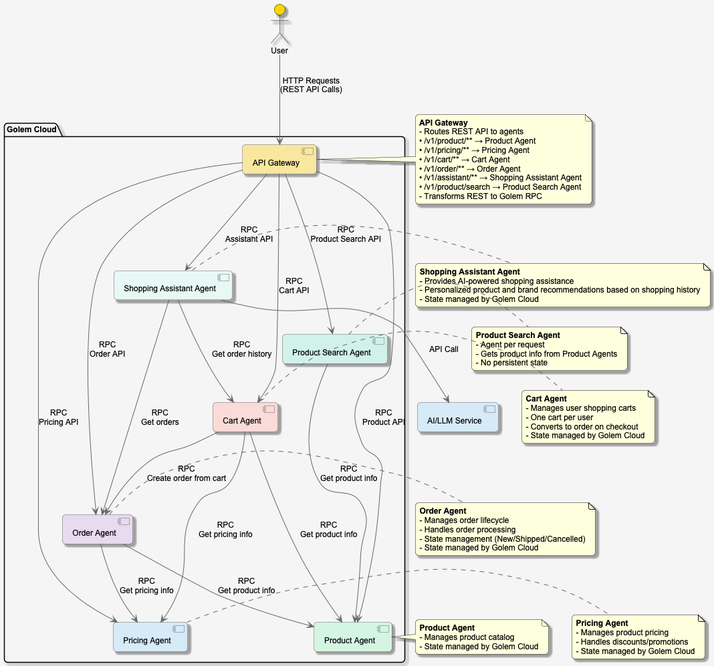
justcoon/golem-shopping-rust keeps this PlantUML diagram as architecture.png. Above is the earlier version.
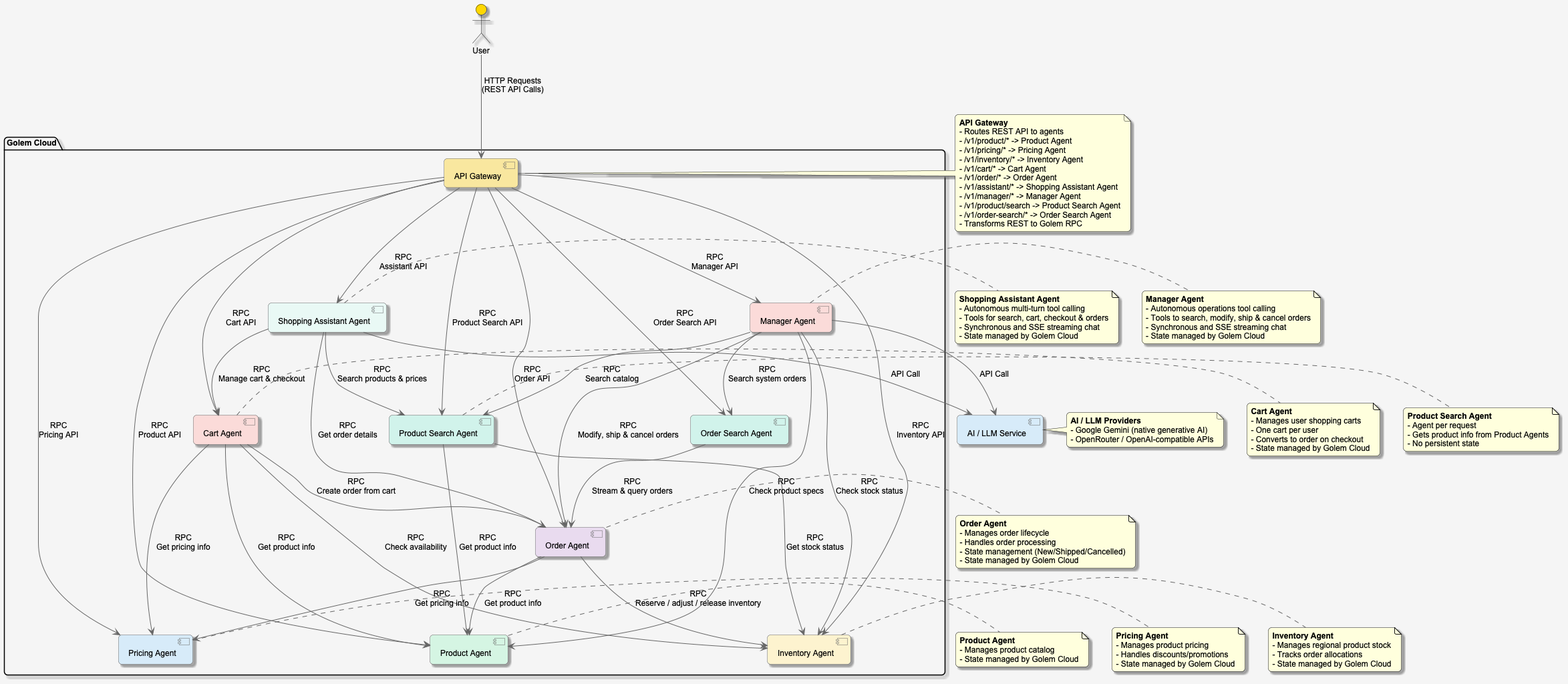
Above is the later version.

What changed in the source:
```diff
@@ -16,40 +16,66 @@
     [API Gateway] as gateway #F9E79F
     [Product Agent] as product #D5F5E3
     [Pricing Agent] as pricing #D6EAF8
+    [Inventory Agent] as inventory #FCF3CF
     [Cart Agent] as cart #FADBD8
     [Order Agent] as order #E8DAEF
     [Product Search Agent] as product_search #D1F2EB
+    [Order Search Agent] as order_search #D1F2EB
     [Shopping Assistant Agent] as assistant #E8F8F5
+    [Manager Agent] as manager #FADBD8
 }
+
+[AI / LLM Service] as llm #D6EAF8
 
 user --> gateway : "HTTP Requests\n(REST API Calls)"
 
 gateway --> product : "RPC\nProduct API"
 gateway --> pricing : "RPC\nPricing API"
+gateway --> inventory : "RPC\nInventory API"
 gateway --> cart : "RPC\nCart API"
 gateway --> order : "RPC\nOrder API"
 gateway --> product_search : "RPC\nProduct Search API"
+gateway --> order_search : "RPC\nOrder Search API"
 gateway --> assistant : "RPC\nAssistant API"
+gateway --> manager : "RPC\nManager API"
 
 cart --> product : "RPC\nGet product info"
 cart --> pricing : "RPC\nGet pricing info"
+cart --> inventory : "RPC\nCheck availability"
 cart --> order : "RPC\nCreate order from cart"
 order --> product : "RPC\nGet product info"
 order --> pricing : "RPC\nGet pricing info"
+order --> inventory : "RPC\nReserve / adjust / release inventory"
 product_search --> product : "RPC\nGet product info"
+product_search --> inventory : "RPC\nGet stock status"
 
-assistant --> cart : "RPC\nGet order history"
-assistant --> order : "RPC\nGet orders"
+assistant --> product_search : "RPC\nSearch products & prices"
+assistant --> cart : "RPC\nManage cart & checkout"
+assistant --> order : "RPC\nGet order details"
+
+order_search --> order : "RPC\nStream & query orders"
+
+manager --> order : "RPC\nModify, ship & cancel orders"
+manager --> order_search : "RPC\nSearch system orders"
+manager --> product : "RPC\nCheck product specs"
+manager --> inventory : "RPC\nCheck stock status"
+manager --> product_search : "RPC\nSearch catalog"
+
+assistant --> llm : "API Call"
+manager --> llm : "API Call"
 
 note right of gateway
   <b>API Gateway</b>
   - Routes REST API to agents
-  • /v1/product/** → Product Agent
-  • /v1/pricing/** → Pricing Agent
-  • /v1/cart/** → Cart Agent
-  • /v1/order/** → Order Agent
-  • /v1/assistant/** → Shopping Assistant Agent
-  • /v1/product/search → Product Search Agent
+  - /v1/product/* -> Product Agent
+  - /v1/pricing/* -> Pricing Agent
+  - /v1/inventory/* -> Inventory Agent
+  - /v1/cart/* -> Cart Agent
+  - /v1/order/* -> Order Agent
+  - /v1/assistant/* -> Shopping Assistant Agent
+  - /v1/manager/* -> Manager Agent
+  - /v1/product/search -> Product Search Agent
+  - /v1/order-search/* -> Order Search Agent
   - Transforms REST to Golem RPC
 end note
 
@@ -63,6 +89,13 @@
   <b>Pricing Agent</b>
   - Manages product pricing
   - Handles discounts/promotions
+  - State managed by Golem Cloud
+end note
+
+note right of inventory
+  <b>Inventory Agent</b>
+  - Manages regional product stock
+  - Tracks order allocations
   - State managed by Golem Cloud
 end note
 
@@ -89,14 +122,25 @@
   - No persistent state
 end note
 
-[AI/LLM Service] as llm #D6EAF8
-
-assistant --> llm : "API Call"
+note right of llm
+  <b>AI / LLM Providers</b>
+  - Google Gemini (native generative AI)
+  - OpenRouter / OpenAI-compatible APIs
+end note
 
 note right of assistant
   <b>Shopping Assistant Agent</b>
-  - Provides AI-powered shopping assistance
-  - Personalized product and brand recommendations based on shopping history
+  - Autonomous multi-turn tool calling
+  - Tools for search, cart, checkout & orders
+  - Synchronous and SSE streaming chat
+  - State managed by Golem Cloud
+end note
+
+note right of manager
+  <b>Manager Agent</b>
+  - Autonomous operations tool calling
+  - Tools to search, modify, ship & cancel orders
+  - Synchronous and SSE streaming chat
   - State managed by Golem Cloud
 end note
 
```
